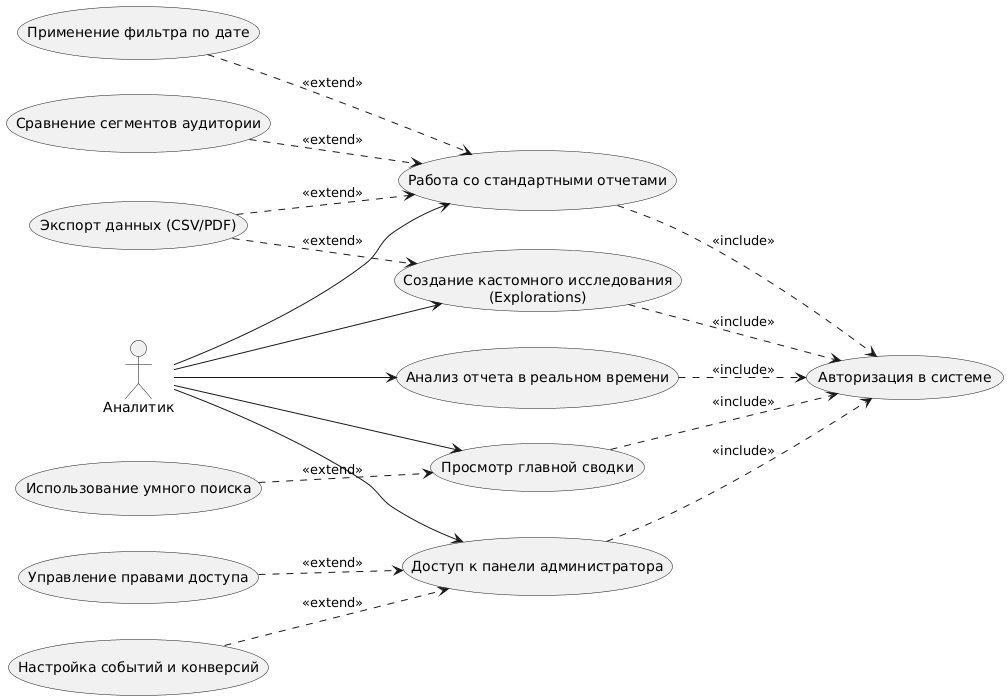
Before: docs/resources/use-case.png, a diagram exported from PlantUML (CrocodielRussian/testing-lab-3).
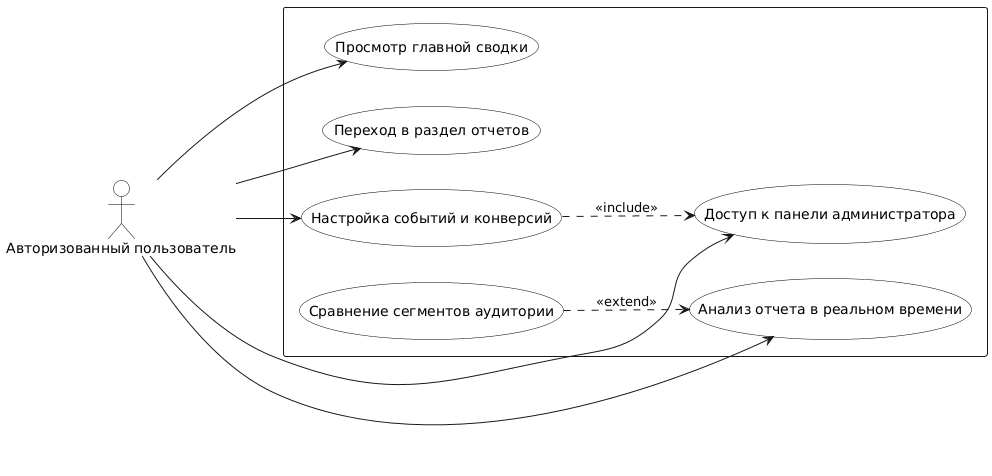
Later version of the same file.

Commit message:
fix: use-case diagram

The edit, as a diff of the source:
```diff
@@ -1,46 +1,37 @@
 @startuml
 left to right direction
+
 skinparam packageStyle rectangle
+skinparam usecase {
+  BackgroundColor White
+  BorderColor Black
+}
+skinparam actor {
+  BorderColor Black
+  BackgroundColor White
+}
 
+actor "Авторизованный пользователь" as User
 
-actor "Аналитик" as Analyst
+rectangle {
 
+  usecase "Просмотр главной сводки" as UC1
+  usecase "Переход в раздел отчетов" as UC2
+  usecase "Доступ к панели администратора" as UC3
+  usecase "Анализ отчета в реальном времени" as UC4
+  usecase "Настройка событий и конверсий" as UC5
 
-  usecase "Авторизация в системе" as Login
-  usecase "Просмотр главной сводки" as Dashboard
-  usecase "Анализ отчета в реальном времени" as RealTime
-  usecase "Работа со стандартными отчетами" as Reports
-  usecase "Создание кастомного исследования\n(Explorations)" as Explore
-  usecase "Доступ к панели администратора" as Admin
+  usecase "Сравнение сегментов аудитории" as ExtCompare
 
-  usecase "Использование умного поиска" as Search
-  usecase "Применение фильтра по дате" as FilterDate
-  usecase "Сравнение сегментов аудитории" as Compare
-  usecase "Экспорт данных (CSV/PDF)" as Export
-  usecase "Управление правами доступа" as Roles
-  usecase "Настройка событий и конверсий" as Events
+  User --> UC1
+  User --> UC2
+  User --> UC3
+  User --> UC4
+  User --> UC5
 
-  Analyst --> Dashboard
-  Analyst --> RealTime
-  Analyst --> Reports
-  Analyst --> Explore
-  Analyst --> Admin
+  UC5 ..> UC3 : <<include>>
 
-  Dashboard ..> Login : <<include>>
-  RealTime ..> Login : <<include>>
-  Reports ..> Login : <<include>>
-  Explore ..> Login : <<include>>
-  Admin ..> Login : <<include>>
+  ExtCompare ..> UC4 : <<extend>>
 
-  Search ..> Dashboard : <<extend>>
-
-  FilterDate ..> Reports : <<extend>>
-  Compare ..> Reports : <<extend>>
-  Export ..> Reports : <<extend>>
-
-  Export ..> Explore : <<extend>>
-
-  Roles ..> Admin : <<extend>>
-  Events ..> Admin : <<extend>>
-
+}
 @enduml
```
